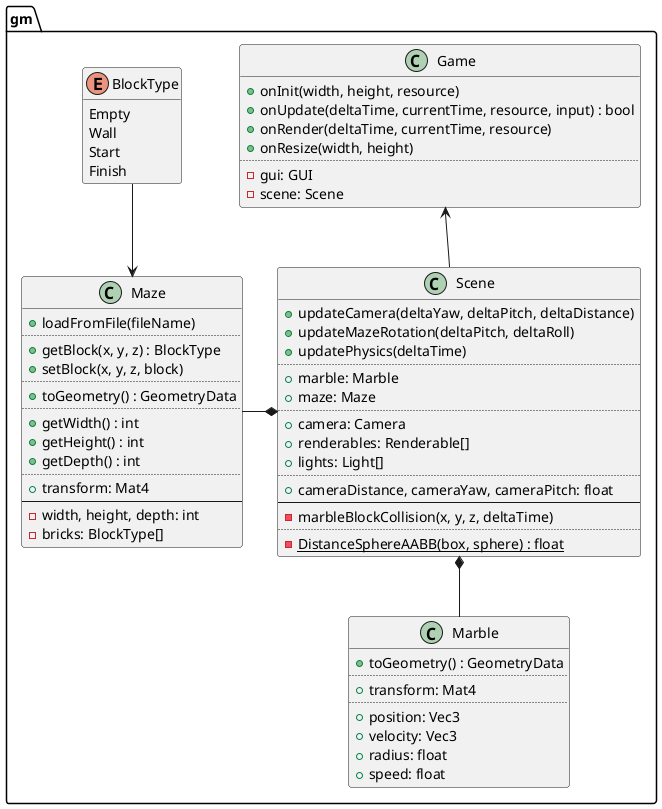
Before: design/gm.png, a diagram exported from PlantUML (ba6er/marblemaze).
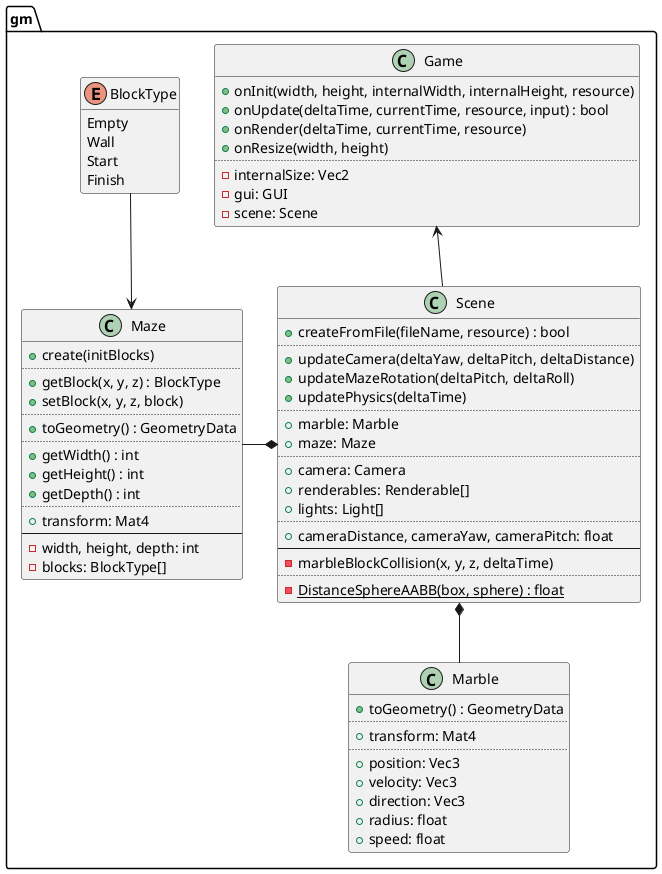
After the commit.

What changed in the source:
```diff
@@ -2,16 +2,19 @@
 set separator ::
 
 class gm::Game {
-	+onInit(width, height, resource)
+	+onInit(width, height, internalWidth, internalHeight, resource)
 	+onUpdate(deltaTime, currentTime, resource, input) : bool
 	+onRender(deltaTime, currentTime, resource)
 	+onResize(width, height)
 	..
+	-internalSize: Vec2
 	-gui: GUI
 	-scene: Scene
 }
 
 class gm::Scene {
+	+createFromFile(fileName, resource) : bool
+	..
 	+updateCamera(deltaYaw, deltaPitch, deltaDistance)
 	+updateMazeRotation(deltaPitch, deltaRoll)
 	+updatePhysics(deltaTime)
@@ -39,7 +42,7 @@
 hide BlockType methods
 
 class gm::Maze {
-	+loadFromFile(fileName)
+	+create(initBlocks)
 	..
 	+getBlock(x, y, z) : BlockType
 	+setBlock(x, y, z, block)
@@ -53,7 +56,7 @@
 	+transform: Mat4
 	--
 	-width, height, depth: int
-	-bricks: BlockType[]
+	-blocks: BlockType[]
 }
 
 class gm::Marble {
@@ -63,6 +66,7 @@
 	..
 	+position: Vec3
 	+velocity: Vec3
+	+direction: Vec3
 	+radius: float
 	+speed: float
 }
```
